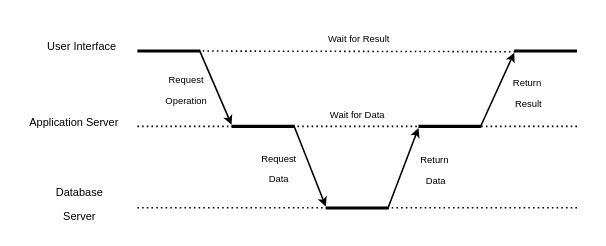
DrXneaky/Diagram keeps this draw.io diagram as flow_component.drawio. Above is the earlier version. Source tidied: cells renumbered, new cells numbered last; positions are measured from the earlier drawing's top-left corner, leaving out a move shared by most shapes. Both pictures are drawn from the tidied source at 157%, with x=0, y=0 at pixel (27, 31).
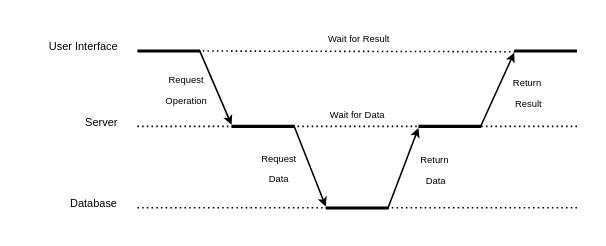
After the change.

The edit, as a diff of the source:
```diff
@@
     <mxCell id="13" value="&lt;font face=&quot;Old Standard TT&quot; style=&quot;font-size: 7px&quot;&gt;User Interface&lt;/font&gt;" style="text;html=1;strokeColor=none;fillColor=none;align=center;verticalAlign=middle;whiteSpace=wrap;rounded=0;" parent="1" vertex="1">
-      <mxGeometry x="10" width="50" height="16" as="geometry" />
+      <mxGeometry x="12" width="48" height="16" as="geometry" />
     </mxCell>
-    <mxCell id="14" value="&lt;font face=&quot;Old Standard TT&quot; style=&quot;font-size: 7px&quot;&gt;Application Server&lt;br&gt;&lt;/font&gt;" style="text;html=1;strokeColor=none;fillColor=none;align=center;verticalAlign=middle;whiteSpace=wrap;rounded=0;" parent="1" vertex="1">
-      <mxGeometry y="48" width="60" height="16" as="geometry" />
+    <mxCell id="14" value="&lt;font face=&quot;Old Standard TT&quot; style=&quot;font-size: 7px&quot;&gt;Server&lt;br&gt;&lt;/font&gt;" style="text;html=1;strokeColor=none;fillColor=none;align=center;verticalAlign=middle;whiteSpace=wrap;rounded=0;" parent="1" vertex="1">
+      <mxGeometry x="35" y="48" width="25" height="16" as="geometry" />
     </mxCell>
@@
-    <mxCell id="16" value="&lt;font face=&quot;Old Standard TT&quot; style=&quot;font-size: 7px&quot;&gt;Database Server&lt;/font&gt;" style="text;html=1;strokeColor=none;fillColor=none;align=center;verticalAlign=middle;whiteSpace=wrap;rounded=0;" parent="1" vertex="1">
-      <mxGeometry x="7" y="100" width="53" height="16" as="geometry" />
+    <mxCell id="16" value="&lt;font face=&quot;Old Standard TT&quot; style=&quot;font-size: 7px&quot;&gt;Database&amp;nbsp;&lt;/font&gt;" style="text;html=1;strokeColor=none;fillColor=none;align=center;verticalAlign=middle;whiteSpace=wrap;rounded=0;" parent="1" vertex="1">
+      <mxGeometry x="27" y="100" width="33" height="16" as="geometry" />
     </mxCell>
```
